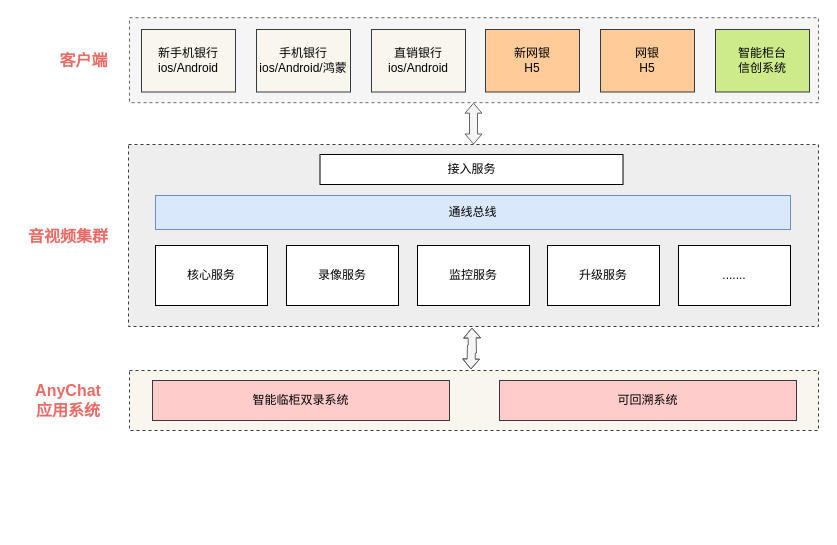
Earlier version of the draw.io diagram page "第 1 页" (1 of 2) of 湖北银行业务架构图.drawio (zhoumingjia/drawio). Source tidied: cells renumbered, new cells numbered last; positions are measured from the earlier drawing's top-left corner, leaving out a move shared by most shapes. Both pictures are drawn from the tidied source at 100%, with x=0, y=0 at pixel (17, 17).
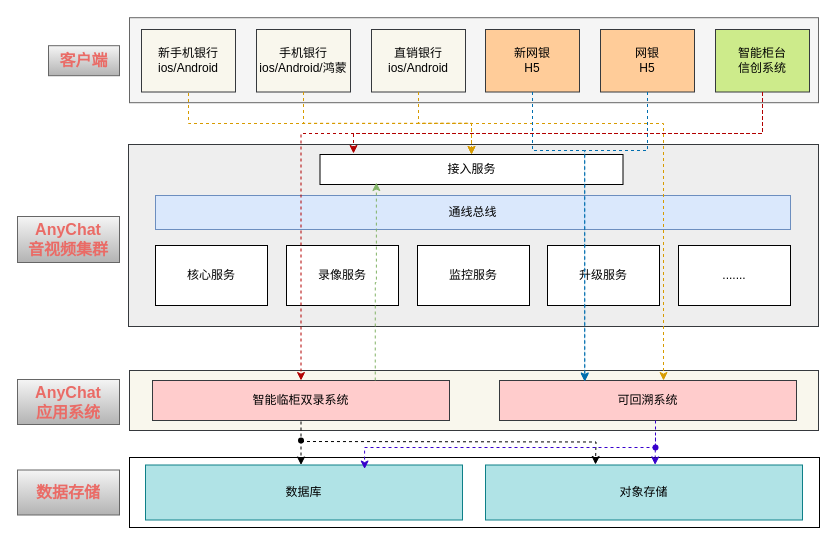
After the change.

Unchanged cells that the change refers to:
```xml
<mxCell id="7" value="新网银&lt;div&gt;H5&lt;/div&gt;" style="rounded=0;whiteSpace=wrap;html=1;flipH=1;fillColor=#ffcc99;strokeColor=#36393d;" parent="1" vertex="1">
  <mxGeometry x="468" y="12" width="94" height="62.5" as="geometry" />
</mxCell>
<mxCell id="8" value="网银&lt;div&gt;H5&lt;/div&gt;" style="rounded=0;whiteSpace=wrap;html=1;flipH=1;fillColor=#ffcc99;strokeColor=#36393d;" parent="1" vertex="1">
  <mxGeometry x="583" y="12" width="94" height="62.5" as="geometry" />
</mxCell>
<mxCell id="11" value="智能柜台&lt;div&gt;信创系统&lt;/div&gt;" style="rounded=0;whiteSpace=wrap;html=1;flipH=1;fillColor=#cdeb8b;strokeColor=#36393d;" parent="1" vertex="1">
  <mxGeometry x="698" y="12" width="94" height="62.5" as="geometry" />
</mxCell>
<mxCell id="13" value="接入服务" style="rounded=0;whiteSpace=wrap;html=1;" parent="1" vertex="1">
  <mxGeometry x="302.5" y="137" width="303" height="30" as="geometry" />
</mxCell>
<mxCell id="21" value="智能临柜双录系统" style="rounded=0;whiteSpace=wrap;html=1;fillColor=#ffcccc;strokeColor=#36393d;" parent="1" vertex="1">
  <mxGeometry x="135" y="363" width="297" height="40" as="geometry" />
</mxCell>
<mxCell id="22" value="可回溯系统" style="rounded=0;whiteSpace=wrap;html=1;fillColor=#ffcccc;strokeColor=#36393d;" parent="1" vertex="1">
  <mxGeometry x="482" y="363" width="297" height="40" as="geometry" />
</mxCell>
```

What changed in the source:
```diff
@@
+    <mxCell id="25" style="rounded=0;whiteSpace=wrap;html=1;" parent="1" vertex="1">
+      <mxGeometry x="112" y="440" width="690" height="70" as="geometry" />
+    </mxCell>
-    <mxCell id="2" style="rounded=0;whiteSpace=wrap;html=1;dashed=1;strokeColor=#36393d;fillColor=#eeeeee;" parent="1" vertex="1">
+    <mxCell id="2" style="rounded=0;whiteSpace=wrap;html=1;strokeColor=#36393d;fillColor=#eeeeee;" parent="1" vertex="1">
       <mxGeometry x="111" y="127" width="690" height="182" as="geometry" />
     </mxCell>
-    <mxCell id="3" value="&lt;font style=&quot;color: rgb(234, 107, 102);&quot;&gt;&lt;b&gt;客户端&lt;/b&gt;&lt;/font&gt;" style="text;html=1;whiteSpace=wrap;strokeColor=none;fillColor=none;align=center;verticalAlign=middle;rounded=0;fontSize=16;" parent="1" vertex="1">
+    <mxCell id="3" value="&lt;font style=&quot;color: rgb(234, 107, 102);&quot;&gt;&lt;b&gt;客户端&lt;/b&gt;&lt;/font&gt;" style="text;html=1;whiteSpace=wrap;strokeColor=#666666;fillColor=#f5f5f5;align=center;verticalAlign=middle;rounded=0;fontSize=16;gradientColor=#b3b3b3;" parent="1" vertex="1">
       <mxGeometry x="31" y="28.2" width="71" height="30" as="geometry" />
     </mxCell>
-    <mxCell id="4" style="edgeStyle=orthogonalEdgeStyle;rounded=0;jettySize=auto;html=1;shape=flexArrow;startArrow=classic;startFill=1;fillColor=#f5f5f5;strokeColor=#666666;startWidth=8;endWidth=8;arcSize=20;width=8;startSize=3;endSize=3;" parent="1" edge="1" source="5">
-      <mxGeometry relative="1" as="geometry">
-        <mxPoint x="456" y="127" as="targetPoint" />
-      </mxGeometry>
-    </mxCell>
-    <mxCell id="5" style="rounded=0;whiteSpace=wrap;html=1;dashed=1;fillColor=#f5f5f5;fontColor=#333333;strokeColor=#666666;" parent="1" vertex="1">
+    <mxCell id="5" style="rounded=0;whiteSpace=wrap;html=1;fillColor=#f5f5f5;fontColor=#333333;strokeColor=#666666;" parent="1" vertex="1">
       <mxGeometry x="112" y="0.2" width="689" height="85" as="geometry" />
     </mxCell>
-    <mxCell id="6" value="直销银行&lt;br&gt;ios/Android" style="rounded=0;whiteSpace=wrap;html=1;flipH=1;fillColor=#f9f7ed;strokeColor=#36393d;" parent="1" vertex="1">
-      <mxGeometry x="354" y="12" width="94" height="62.5" as="geometry" />
-    </mxCell>
@@
-    <mxCell id="9" value="新手机银行&lt;div&gt;ios/Android&lt;br&gt;&lt;/div&gt;" style="rounded=0;whiteSpace=wrap;html=1;flipH=1;fillColor=#f9f7ed;strokeColor=#36393d;" parent="1" vertex="1">
-      <mxGeometry x="124" y="12" width="94" height="62.5" as="geometry" />
-    </mxCell>
-    <mxCell id="10" value="手机银行&lt;div&gt;ios/Android/鸿蒙&lt;br&gt;&lt;/div&gt;" style="rounded=0;whiteSpace=wrap;html=1;flipH=1;fillColor=#f9f7ed;strokeColor=#36393d;" parent="1" vertex="1">
-      <mxGeometry x="239" y="12" width="94" height="62.5" as="geometry" />
-    </mxCell>
@@
-    <mxCell id="12" value="&lt;font style=&quot;color: rgb(234, 107, 102);&quot;&gt;&lt;b&gt;音视频集群&lt;/b&gt;&lt;/font&gt;" style="text;html=1;whiteSpace=wrap;strokeColor=none;fillColor=none;align=center;verticalAlign=middle;rounded=0;fontSize=16;" parent="1" vertex="1">
-      <mxGeometry y="204" width="102" height="30" as="geometry" />
+    <mxCell id="12" value="&lt;div&gt;&lt;font style=&quot;color: rgb(234, 107, 102);&quot;&gt;&lt;b&gt;AnyChat&lt;/b&gt;&lt;/font&gt;&lt;/div&gt;&lt;font style=&quot;color: rgb(234, 107, 102);&quot;&gt;&lt;b&gt;音视频集群&lt;/b&gt;&lt;/font&gt;" style="text;html=1;whiteSpace=wrap;strokeColor=#666666;fillColor=#f5f5f5;align=center;verticalAlign=middle;rounded=0;fontSize=16;gradientColor=#b3b3b3;" parent="1" vertex="1">
+      <mxGeometry y="199" width="102" height="46" as="geometry" />
     </mxCell>
@@
-    <mxCell id="20" style="rounded=0;whiteSpace=wrap;html=1;dashed=1;fillColor=#f9f7ed;strokeColor=#36393d;" parent="1" vertex="1">
+    <mxCell id="20" style="rounded=0;whiteSpace=wrap;html=1;fillColor=#f9f7ed;strokeColor=#36393d;" parent="1" vertex="1">
       <mxGeometry x="112" y="353" width="689" height="60" as="geometry" />
     </mxCell>
+    <mxCell id="26" style="edgeStyle=orthogonalEdgeStyle;rounded=0;jettySize=auto;html=1;exitX=0.5;exitY=1;exitDx=0;exitDy=0;entryX=0.25;entryY=0;entryDx=0;entryDy=0;endArrow=none;endFill=0;dashed=1;" parent="1" edge="1" target="40">
+      <mxGeometry relative="1" as="geometry">
+        <mxPoint x="283.5" y="386" as="sourcePoint" />
+        <Array as="points">
+          <mxPoint x="283" y="423" />
+        </Array>
+      </mxGeometry>
+    </mxCell>
@@
-    <mxCell id="23" style="edgeStyle=orthogonalEdgeStyle;rounded=0;orthogonalLoop=1;jettySize=auto;html=1;shape=flexArrow;startArrow=classic;startFill=1;fillColor=#f5f5f5;strokeColor=#666666;startWidth=8;endWidth=8;arcSize=20;width=8;startSize=3;endSize=3;" parent="1" edge="1">
-      <mxGeometry relative="1" as="geometry">
-        <mxPoint x="454.4" y="310" as="sourcePoint" />
-        <mxPoint x="453.4" y="352" as="targetPoint" />
-      </mxGeometry>
-    </mxCell>
-    <mxCell id="24" value="&lt;font color=&quot;#ea6b66&quot;&gt;&lt;b&gt;AnyChat&lt;/b&gt;&lt;/font&gt;&lt;div&gt;&lt;font color=&quot;#ea6b66&quot;&gt;&lt;b&gt;应用系统&lt;/b&gt;&lt;/font&gt;&lt;/div&gt;" style="text;html=1;whiteSpace=wrap;strokeColor=none;fillColor=none;align=center;verticalAlign=middle;rounded=0;fontSize=16;" parent="1" vertex="1">
-      <mxGeometry y="368" width="102" height="30" as="geometry" />
+    <mxCell id="24" value="&lt;font color=&quot;#ea6b66&quot;&gt;&lt;b&gt;AnyChat&lt;/b&gt;&lt;/font&gt;&lt;div&gt;&lt;font color=&quot;#ea6b66&quot;&gt;&lt;b&gt;应用系统&lt;/b&gt;&lt;/font&gt;&lt;/div&gt;" style="text;html=1;whiteSpace=wrap;strokeColor=#666666;fillColor=#f5f5f5;align=center;verticalAlign=middle;rounded=0;fontSize=16;gradientColor=#b3b3b3;" parent="1" vertex="1">
+      <mxGeometry y="362" width="102" height="45" as="geometry" />
     </mxCell>
+    <mxCell id="27" style="group;" parent="1" vertex="1">
+      <mxGeometry x="124" y="12" width="324" height="62.5" as="geometry" />
+    </mxCell>
+    <mxCell id="6" value="直销银行&lt;br&gt;ios/Android" style="rounded=0;whiteSpace=wrap;html=1;flipH=1;fillColor=#f9f7ed;strokeColor=#36393d;" parent="27" vertex="1">
+      <mxGeometry x="230" width="94" height="62.5" as="geometry" />
+    </mxCell>
+    <mxCell id="9" value="新手机银行&lt;div&gt;ios/Android&lt;br&gt;&lt;/div&gt;" style="rounded=0;whiteSpace=wrap;html=1;flipH=1;fillColor=#f9f7ed;strokeColor=#36393d;" parent="27" vertex="1">
+      <mxGeometry width="94" height="62.5" as="geometry" />
+    </mxCell>
+    <mxCell id="10" value="手机银行&lt;div&gt;ios/Android/鸿蒙&lt;br&gt;&lt;/div&gt;" style="rounded=0;whiteSpace=wrap;html=1;flipH=1;fillColor=#f9f7ed;strokeColor=#36393d;" parent="27" vertex="1">
+      <mxGeometry x="115" width="94" height="62.5" as="geometry" />
+    </mxCell>
+    <mxCell id="28" style="edgeStyle=orthogonalEdgeStyle;rounded=0;jettySize=auto;html=1;dashed=1;fillColor=#ffe6cc;strokeColor=#d79b00;" parent="1" edge="1" source="10" target="13">
+      <mxGeometry relative="1" as="geometry" />
+    </mxCell>
+    <mxCell id="29" style="edgeStyle=orthogonalEdgeStyle;rounded=0;jettySize=auto;html=1;entryX=0.5;entryY=0;entryDx=0;entryDy=0;dashed=1;fillColor=#ffe6cc;strokeColor=#d79b00;" parent="1" edge="1" source="6" target="13">
+      <mxGeometry relative="1" as="geometry" />
+    </mxCell>
+    <mxCell id="30" style="edgeStyle=orthogonalEdgeStyle;rounded=0;orthogonalLoop=1;jettySize=auto;html=1;dashed=1;fillColor=#ffe6cc;strokeColor=#d79b00;" parent="1" edge="1">
+      <mxGeometry relative="1" as="geometry">
+        <mxPoint x="171" y="75.5" as="sourcePoint" />
+        <mxPoint x="646" y="363" as="targetPoint" />
+        <Array as="points">
+          <mxPoint x="171" y="106" />
+          <mxPoint x="646" y="106" />
+        </Array>
+      </mxGeometry>
+    </mxCell>
+    <mxCell id="31" style="edgeStyle=orthogonalEdgeStyle;rounded=0;jettySize=auto;html=1;entryX=0.5;entryY=0;entryDx=0;entryDy=0;dashed=1;fillColor=#e51400;strokeColor=#B20000;" parent="1" edge="1" source="11" target="21">
+      <mxGeometry relative="1" as="geometry">
+        <Array as="points">
+          <mxPoint x="745" y="116" />
+          <mxPoint x="283" y="116" />
+        </Array>
+      </mxGeometry>
+    </mxCell>
+    <mxCell id="32" style="edgeStyle=orthogonalEdgeStyle;rounded=0;jettySize=auto;html=1;entryX=0.287;entryY=0.011;entryDx=0;entryDy=0;entryPerimeter=0;fillColor=#1ba1e2;strokeColor=#006EAF;dashed=1;" parent="1" edge="1" source="7" target="22">
+      <mxGeometry relative="1" as="geometry">
+        <Array as="points">
+          <mxPoint x="515" y="133" />
+          <mxPoint x="567" y="133" />
+        </Array>
+      </mxGeometry>
+    </mxCell>
+    <mxCell id="33" style="edgeStyle=orthogonalEdgeStyle;rounded=0;jettySize=auto;html=1;entryX=0.287;entryY=0.031;entryDx=0;entryDy=0;entryPerimeter=0;fillColor=#1ba1e2;strokeColor=#006EAF;dashed=1;" parent="1" edge="1" source="8" target="22">
+      <mxGeometry relative="1" as="geometry">
+        <Array as="points">
+          <mxPoint x="630" y="133" />
+          <mxPoint x="567" y="133" />
+        </Array>
+      </mxGeometry>
+    </mxCell>
+    <mxCell id="34" style="edgeStyle=orthogonalEdgeStyle;rounded=0;jettySize=auto;html=1;exitX=0.75;exitY=0;exitDx=0;exitDy=0;entryX=0.186;entryY=0.934;entryDx=0;entryDy=0;entryPerimeter=0;dashed=1;fillColor=#d5e8d4;gradientColor=#97d077;strokeColor=#82b366;" parent="1" edge="1" source="21" target="13">
+      <mxGeometry relative="1" as="geometry" />
+    </mxCell>
+    <mxCell id="35" style="edgeStyle=orthogonalEdgeStyle;rounded=0;orthogonalLoop=1;jettySize=auto;html=1;dashed=1;strokeColor=#B20000;align=center;verticalAlign=middle;fontFamily=Helvetica;fontSize=11;fontColor=default;labelBackgroundColor=default;endArrow=classic;fillColor=#e51400;" parent="1" edge="1">
+      <mxGeometry relative="1" as="geometry">
+        <mxPoint x="745" y="75.5" as="sourcePoint" />
+        <mxPoint x="336" y="136" as="targetPoint" />
+        <Array as="points">
+          <mxPoint x="745" y="116" />
+          <mxPoint x="336" y="116" />
+        </Array>
+      </mxGeometry>
+    </mxCell>
+    <mxCell id="36" value="数据库" style="rounded=0;whiteSpace=wrap;html=1;fillColor=#b0e3e6;strokeColor=#0e8088;" parent="1" vertex="1">
+      <mxGeometry x="128" y="447.5" width="317" height="55" as="geometry" />
+    </mxCell>
+    <mxCell id="37" value="对象存储" style="rounded=0;whiteSpace=wrap;html=1;fillColor=#b0e3e6;strokeColor=#0e8088;" parent="1" vertex="1">
+      <mxGeometry x="468" y="447.5" width="317" height="55" as="geometry" />
+    </mxCell>
+    <mxCell id="38" value="&lt;font color=&quot;#ea6b66&quot;&gt;&lt;b&gt;数据存储&lt;/b&gt;&lt;/font&gt;" style="text;html=1;whiteSpace=wrap;strokeColor=#666666;fillColor=#f5f5f5;align=center;verticalAlign=middle;rounded=0;fontSize=16;gradientColor=#b3b3b3;" parent="1" vertex="1">
+      <mxGeometry y="452.5" width="102" height="45" as="geometry" />
+    </mxCell>
+    <mxCell id="39" style="edgeStyle=orthogonalEdgeStyle;rounded=0;jettySize=auto;html=1;dashed=1;" parent="1" edge="1" source="40" target="36">
+      <mxGeometry relative="1" as="geometry">
+        <Array as="points">
+          <mxPoint x="283" y="432" />
+          <mxPoint x="283" y="432" />
+        </Array>
+      </mxGeometry>
+    </mxCell>
+    <mxCell id="40" style="shape=waypoint;sketch=0;fillStyle=solid;size=6;points=[];fillColor=none;perimeter=centerPerimeter;snapToPoint=1;dashed=1;" parent="1" vertex="1">
+      <mxGeometry x="273.5" y="413" width="20" height="20" as="geometry" />
+    </mxCell>
+    <mxCell id="41" style="edgeStyle=orthogonalEdgeStyle;rounded=0;orthogonalLoop=1;jettySize=auto;html=1;dashed=1;" parent="1" edge="1">
+      <mxGeometry relative="1" as="geometry">
+        <mxPoint x="283.5" y="424" as="sourcePoint" />
+        <mxPoint x="578" y="447" as="targetPoint" />
+      </mxGeometry>
+    </mxCell>
+    <mxCell id="42" style="edgeStyle=orthogonalEdgeStyle;rounded=0;orthogonalLoop=1;jettySize=auto;html=1;entryX=0.674;entryY=0.107;entryDx=0;entryDy=0;entryPerimeter=0;" parent="1" edge="1" source="45" target="45">
+      <mxGeometry relative="1" as="geometry" />
+    </mxCell>
+    <mxCell id="43" style="edgeStyle=orthogonalEdgeStyle;rounded=0;jettySize=auto;html=1;endArrow=none;endFill=0;dashed=1;fillColor=#6a00ff;strokeColor=#3700CC;" parent="1" edge="1" source="45" target="22">
+      <mxGeometry relative="1" as="geometry">
+        <Array as="points">
+          <mxPoint x="641" y="403" />
+          <mxPoint x="641" y="403" />
+        </Array>
+      </mxGeometry>
+    </mxCell>
+    <mxCell id="44" style="edgeStyle=orthogonalEdgeStyle;rounded=0;orthogonalLoop=1;jettySize=auto;html=1;dashed=1;fillColor=#6a00ff;strokeColor=#3700CC;" parent="1" edge="1">
+      <mxGeometry relative="1" as="geometry">
+        <mxPoint x="638" y="430" as="sourcePoint" />
+        <mxPoint x="347.1" y="451.5" as="targetPoint" />
+        <Array as="points">
+          <mxPoint x="347" y="430" />
+        </Array>
+      </mxGeometry>
+    </mxCell>
+    <mxCell id="45" style="shape=waypoint;sketch=0;fillStyle=solid;size=6;points=[];fillColor=#6a00ff;perimeter=centerPerimeter;snapToPoint=1;dashed=1;fontColor=#ffffff;strokeColor=#3700CC;" parent="1" vertex="1">
+      <mxGeometry x="628" y="420" width="20" height="20" as="geometry" />
+    </mxCell>
+    <mxCell id="46" style="edgeStyle=orthogonalEdgeStyle;rounded=0;orthogonalLoop=1;jettySize=auto;html=1;entryX=0.535;entryY=0.052;entryDx=0;entryDy=0;entryPerimeter=0;dashed=1;fillColor=#6a00ff;strokeColor=#3700CC;" parent="1" edge="1">
+      <mxGeometry relative="1" as="geometry">
+        <mxPoint x="638" y="420" as="sourcePoint" />
+        <mxPoint x="637.6" y="447.4" as="targetPoint" />
+      </mxGeometry>
+    </mxCell>
```
